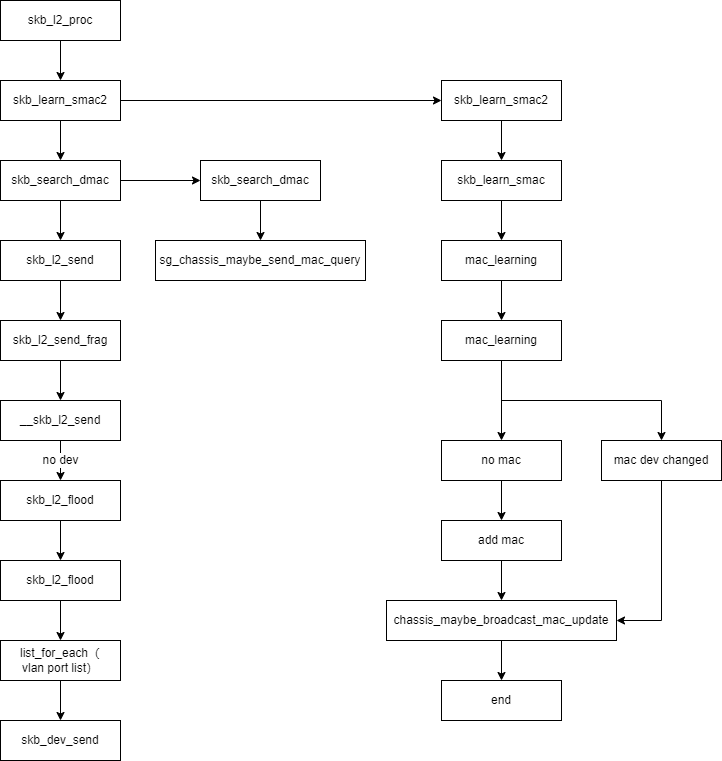
This is ngfw_mac_learning.drawio.png from lwchao/drawPNG, a draw.io export, as it was before one commit. Source tidied: cells renumbered, new cells last; positions are measured from the earlier drawing's top-left corner, leaving out a move shared by most shapes. Its diagram source:
```xml
<mxGraphModel>
  <root>
    <mxCell id="0" />
    <mxCell id="1" parent="0" />
    <mxCell id="2" style="edgeStyle=orthogonalEdgeStyle;rounded=0;jettySize=auto;html=1;" parent="1" edge="1" source="3" target="14">
      <mxGeometry relative="1" as="geometry" />
    </mxCell>
    <mxCell id="3" value="skb_l2_proc" style="rounded=0;whiteSpace=wrap;html=1;" parent="1" vertex="1">
      <mxGeometry width="120" height="40" as="geometry" />
    </mxCell>
    <mxCell id="4" style="edgeStyle=orthogonalEdgeStyle;rounded=0;jettySize=auto;html=1;" parent="1" edge="1" source="5" target="7">
      <mxGeometry relative="1" as="geometry" />
    </mxCell>
    <mxCell id="5" value="skb_l2_send" style="rounded=0;whiteSpace=wrap;html=1;" parent="1" vertex="1">
      <mxGeometry y="240" width="120" height="40" as="geometry" />
    </mxCell>
    <mxCell id="6" style="edgeStyle=orthogonalEdgeStyle;rounded=0;jettySize=auto;html=1;" parent="1" edge="1" source="7" target="9">
      <mxGeometry relative="1" as="geometry" />
    </mxCell>
    <mxCell id="7" value="skb_l2_send_frag" style="rounded=0;whiteSpace=wrap;html=1;" parent="1" vertex="1">
      <mxGeometry y="320" width="120" height="40" as="geometry" />
    </mxCell>
    <mxCell id="8" value="no dev" style="edgeStyle=orthogonalEdgeStyle;rounded=0;jettySize=auto;html=1;" parent="1" edge="1" source="9" target="11">
      <mxGeometry relative="1" as="geometry" />
    </mxCell>
    <mxCell id="9" value="__skb_l2_send" style="rounded=0;whiteSpace=wrap;html=1;" parent="1" vertex="1">
      <mxGeometry y="400" width="120" height="40" as="geometry" />
    </mxCell>
    <mxCell id="10" style="edgeStyle=orthogonalEdgeStyle;rounded=0;jettySize=auto;html=1;" parent="1" edge="1" source="11" target="40">
      <mxGeometry relative="1" as="geometry" />
    </mxCell>
    <mxCell id="11" value="skb_l2_flood" style="rounded=0;whiteSpace=wrap;html=1;" parent="1" vertex="1">
      <mxGeometry y="480" width="120" height="40" as="geometry" />
    </mxCell>
    <mxCell id="12" style="edgeStyle=orthogonalEdgeStyle;rounded=0;jettySize=auto;html=1;" parent="1" edge="1" source="14" target="16">
      <mxGeometry relative="1" as="geometry" />
    </mxCell>
    <mxCell id="13" style="edgeStyle=orthogonalEdgeStyle;rounded=0;jettySize=auto;html=1;" parent="1" edge="1" source="14" target="19">
      <mxGeometry relative="1" as="geometry" />
    </mxCell>
    <mxCell id="14" value="skb_learn_smac2" style="rounded=0;whiteSpace=wrap;html=1;" parent="1" vertex="1">
      <mxGeometry y="80" width="120" height="40" as="geometry" />
    </mxCell>
    <mxCell id="15" style="edgeStyle=orthogonalEdgeStyle;rounded=0;jettySize=auto;html=1;" parent="1" edge="1" source="16" target="23">
      <mxGeometry relative="1" as="geometry" />
    </mxCell>
    <mxCell id="16" value="skb_learn_smac2" style="rounded=0;whiteSpace=wrap;html=1;" parent="1" vertex="1">
      <mxGeometry x="441" y="80" width="120" height="40" as="geometry" />
    </mxCell>
    <mxCell id="17" style="edgeStyle=orthogonalEdgeStyle;rounded=0;jettySize=auto;html=1;" parent="1" edge="1" source="19" target="5">
      <mxGeometry relative="1" as="geometry" />
    </mxCell>
    <mxCell id="18" style="edgeStyle=orthogonalEdgeStyle;rounded=0;jettySize=auto;html=1;" parent="1" edge="1" source="19" target="21">
      <mxGeometry relative="1" as="geometry" />
    </mxCell>
    <mxCell id="19" value="skb_search_dmac" style="rounded=0;whiteSpace=wrap;html=1;" parent="1" vertex="1">
      <mxGeometry y="160" width="120" height="40" as="geometry" />
    </mxCell>
    <mxCell id="20" style="edgeStyle=orthogonalEdgeStyle;rounded=0;jettySize=auto;html=1;exitX=0.5;exitY=1;exitDx=0;exitDy=0;" parent="1" edge="1" source="21" target="38">
      <mxGeometry relative="1" as="geometry" />
    </mxCell>
    <mxCell id="21" value="skb_search_dmac" style="rounded=0;whiteSpace=wrap;html=1;" parent="1" vertex="1">
      <mxGeometry x="200" y="160" width="120" height="40" as="geometry" />
    </mxCell>
    <mxCell id="22" style="edgeStyle=orthogonalEdgeStyle;rounded=0;jettySize=auto;html=1;" parent="1" edge="1" source="23" target="25">
      <mxGeometry relative="1" as="geometry" />
    </mxCell>
    <mxCell id="23" value="skb_learn_smac" style="rounded=0;whiteSpace=wrap;html=1;" parent="1" vertex="1">
      <mxGeometry x="441" y="160" width="120" height="40" as="geometry" />
    </mxCell>
    <mxCell id="24" style="edgeStyle=orthogonalEdgeStyle;rounded=0;jettySize=auto;html=1;" parent="1" edge="1" source="25" target="28">
      <mxGeometry relative="1" as="geometry" />
    </mxCell>
    <mxCell id="25" value="mac_learning" style="rounded=0;whiteSpace=wrap;html=1;" parent="1" vertex="1">
      <mxGeometry x="441" y="240" width="120" height="40" as="geometry" />
    </mxCell>
    <mxCell id="26" style="edgeStyle=orthogonalEdgeStyle;rounded=0;jettySize=auto;html=1;" parent="1" edge="1" source="28" target="30">
      <mxGeometry relative="1" as="geometry" />
    </mxCell>
    <mxCell id="27" style="edgeStyle=orthogonalEdgeStyle;rounded=0;jettySize=auto;html=1;exitX=0.5;exitY=1;exitDx=0;exitDy=0;" parent="1" edge="1" source="28" target="32">
      <mxGeometry relative="1" as="geometry" />
    </mxCell>
    <mxCell id="28" value="mac_learning" style="rounded=0;whiteSpace=wrap;html=1;" parent="1" vertex="1">
      <mxGeometry x="441" y="320" width="120" height="40" as="geometry" />
    </mxCell>
    <mxCell id="29" style="edgeStyle=orthogonalEdgeStyle;rounded=0;jettySize=auto;html=1;" parent="1" edge="1" source="30" target="34">
      <mxGeometry relative="1" as="geometry" />
    </mxCell>
    <mxCell id="30" value="no mac" style="rounded=0;whiteSpace=wrap;html=1;" parent="1" vertex="1">
      <mxGeometry x="441" y="440" width="120" height="40" as="geometry" />
    </mxCell>
    <mxCell id="31" style="edgeStyle=orthogonalEdgeStyle;rounded=0;jettySize=auto;html=1;exitX=0.5;exitY=1;exitDx=0;exitDy=0;entryX=1;entryY=0.5;entryDx=0;entryDy=0;" parent="1" edge="1" source="32" target="36">
      <mxGeometry relative="1" as="geometry" />
    </mxCell>
    <mxCell id="32" value="mac dev changed" style="rounded=0;whiteSpace=wrap;html=1;" parent="1" vertex="1">
      <mxGeometry x="601" y="440" width="120" height="40" as="geometry" />
    </mxCell>
    <mxCell id="33" style="edgeStyle=orthogonalEdgeStyle;rounded=0;jettySize=auto;html=1;" parent="1" edge="1" source="34" target="36">
      <mxGeometry relative="1" as="geometry" />
    </mxCell>
    <mxCell id="34" value="add mac" style="rounded=0;whiteSpace=wrap;html=1;" parent="1" vertex="1">
      <mxGeometry x="441" y="520" width="120" height="40" as="geometry" />
    </mxCell>
    <mxCell id="35" style="edgeStyle=orthogonalEdgeStyle;rounded=0;jettySize=auto;html=1;" parent="1" edge="1" source="36" target="37">
      <mxGeometry relative="1" as="geometry" />
    </mxCell>
    <mxCell id="36" value="chassis_maybe_broadcast_mac_update" style="rounded=0;whiteSpace=wrap;html=1;" parent="1" vertex="1">
      <mxGeometry x="386" y="600" width="230" height="40" as="geometry" />
    </mxCell>
    <mxCell id="37" value="end" style="rounded=0;whiteSpace=wrap;html=1;" parent="1" vertex="1">
      <mxGeometry x="441" y="680" width="120" height="40" as="geometry" />
    </mxCell>
    <mxCell id="38" value="sg_chassis_maybe_send_mac_query" style="rounded=0;whiteSpace=wrap;html=1;" parent="1" vertex="1">
      <mxGeometry x="155" y="240" width="210" height="40" as="geometry" />
    </mxCell>
    <mxCell id="39" style="edgeStyle=orthogonalEdgeStyle;rounded=0;jettySize=auto;html=1;" parent="1" edge="1" source="40" target="42">
      <mxGeometry relative="1" as="geometry" />
    </mxCell>
    <mxCell id="40" value="skb_l2_flood" style="rounded=0;whiteSpace=wrap;html=1;" parent="1" vertex="1">
      <mxGeometry y="560" width="120" height="40" as="geometry" />
    </mxCell>
    <mxCell id="41" style="edgeStyle=orthogonalEdgeStyle;rounded=0;jettySize=auto;html=1;" parent="1" edge="1" source="42" target="43">
      <mxGeometry relative="1" as="geometry" />
    </mxCell>
    <mxCell id="42" value="list_for_each（&lt;br&gt;vlan port list）" style="rounded=0;whiteSpace=wrap;html=1;" parent="1" vertex="1">
      <mxGeometry y="640" width="120" height="40" as="geometry" />
    </mxCell>
    <mxCell id="43" value="skb_dev_send" style="rounded=0;whiteSpace=wrap;html=1;" parent="1" vertex="1">
      <mxGeometry y="720" width="120" height="40" as="geometry" />
    </mxCell>
  </root>
</mxGraphModel>
```
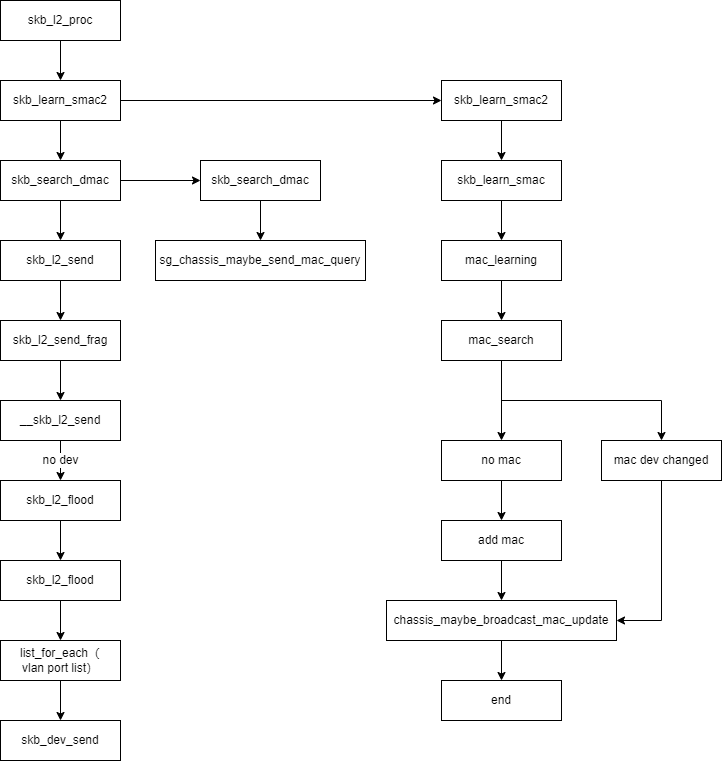
The same diagram one commit later.

Change to the diagram source:
```diff
@@ -80,7 +80,7 @@
     <mxCell id="27" style="edgeStyle=orthogonalEdgeStyle;rounded=0;jettySize=auto;html=1;exitX=0.5;exitY=1;exitDx=0;exitDy=0;" parent="1" edge="1" source="28" target="32">
       <mxGeometry relative="1" as="geometry" />
     </mxCell>
-    <mxCell id="28" value="mac_learning" style="rounded=0;whiteSpace=wrap;html=1;" parent="1" vertex="1">
+    <mxCell id="28" value="mac_search" style="rounded=0;whiteSpace=wrap;html=1;" parent="1" vertex="1">
       <mxGeometry x="441" y="320" width="120" height="40" as="geometry" />
     </mxCell>
     <mxCell id="29" style="edgeStyle=orthogonalEdgeStyle;rounded=0;jettySize=auto;html=1;" parent="1" edge="1" source="30" target="34">
```
